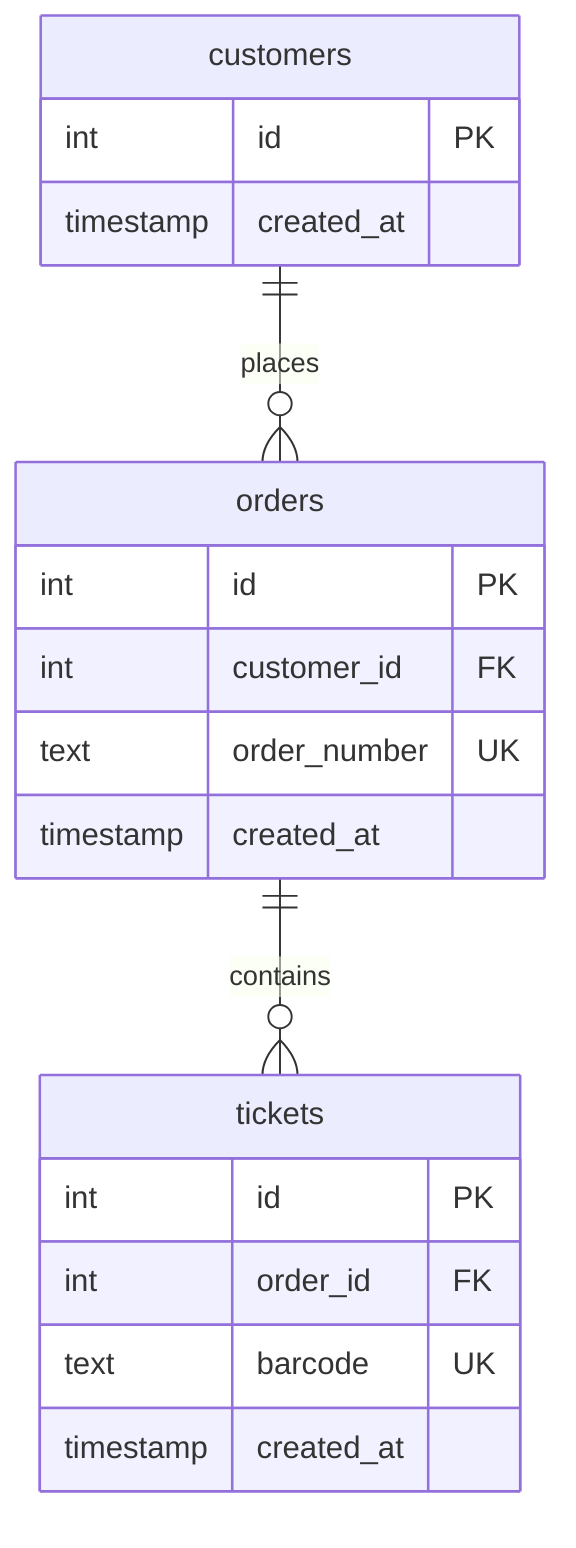
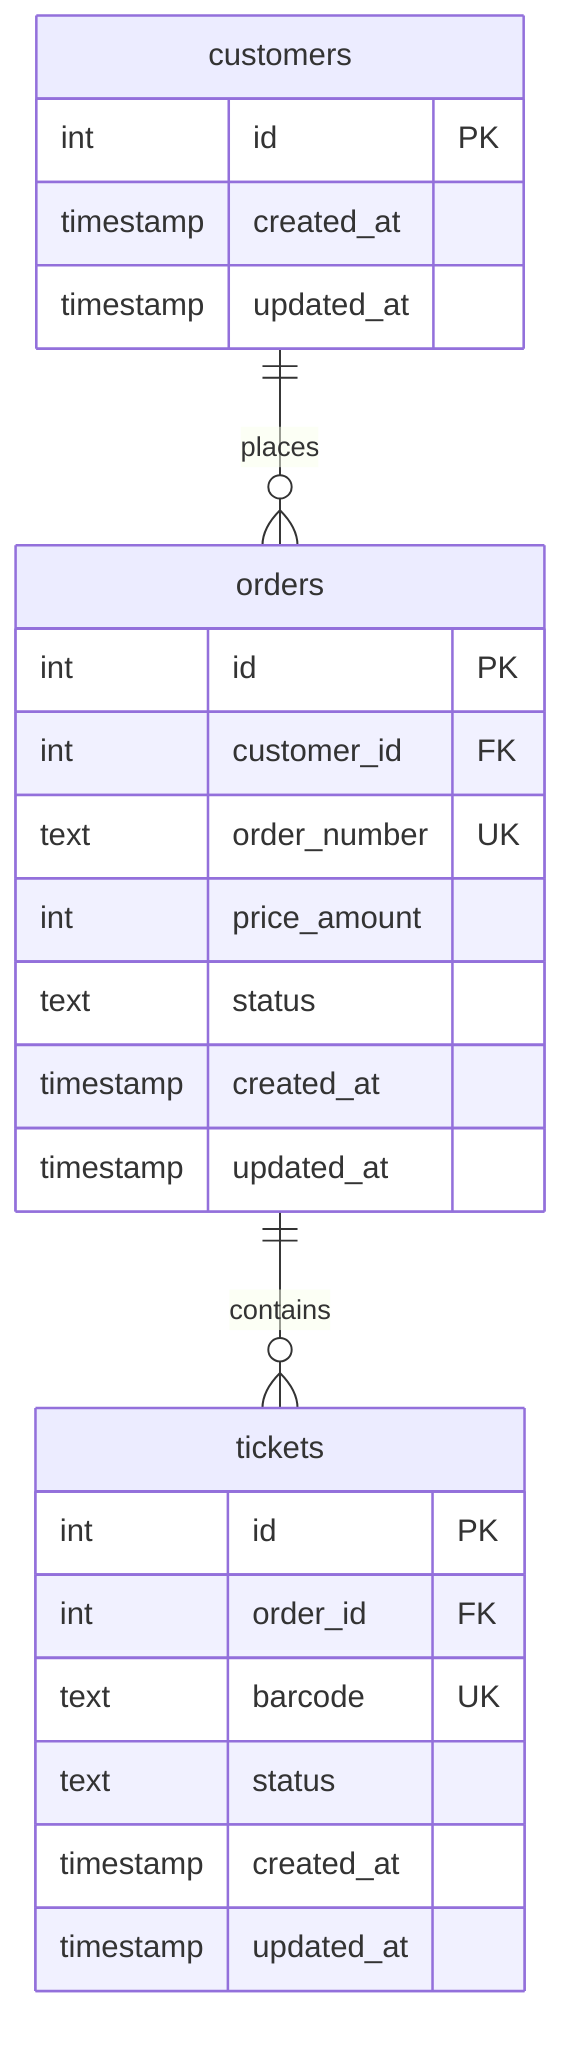
erDiagram
    customers {
        int id PK
        timestamp created_at
+         timestamp updated_at
    }

    orders {
        int id PK
        int customer_id FK
        text order_number UK
+         int price_amount
+         text status
        timestamp created_at
+         timestamp updated_at
    }

    tickets {
        int id PK
        int order_id FK
        text barcode UK
+         text status
        timestamp created_at
+         timestamp updated_at
    }

    customers ||--o{ orders : "places"
    orders ||--o{ tickets : "contains"
